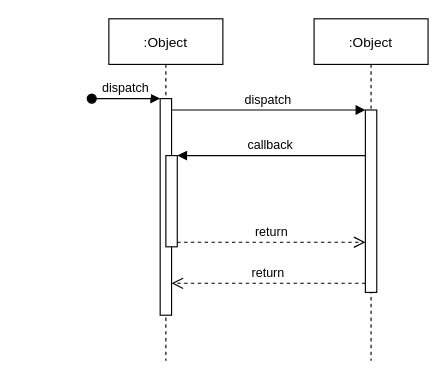
evasanthan/testRestApp keeps this draw.io diagram as payment-account-sync.drawio. Above is the earlier version. Source tidied: cells renumbered, new cells numbered last; positions are measured from the earlier drawing's top-left corner, leaving out a move shared by most shapes. Both pictures are drawn from the tidied source at 114%, with x=0, y=0 at pixel (91, 18).
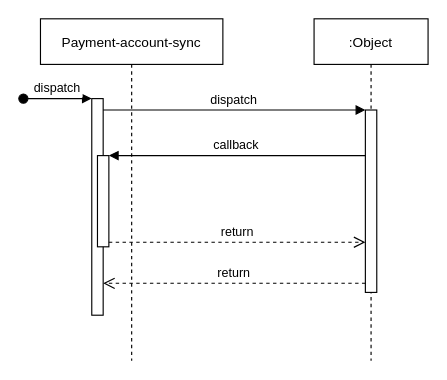
The same page after the edit.

Change to the diagram source:
```diff
@@
 <mxGraphModel>
   <root>
     <mxCell id="0" />
     <mxCell id="1" parent="0" />
-    <mxCell id="2" value=":Object" style="shape=umlLifeline;perimeter=lifelinePerimeter;rounded=0;shadow=0;strokeWidth=1;" parent="1" vertex="1">
-      <mxGeometry x="15" width="100" height="300" as="geometry" />
+    <mxCell id="2" value="Payment-account-sync" style="shape=umlLifeline;perimeter=lifelinePerimeter;rounded=0;shadow=0;strokeWidth=1;" parent="1" vertex="1">
+      <mxGeometry x="-45" width="160" height="300" as="geometry" />
     </mxCell>
     <mxCell id="3" style="points=[];perimeter=orthogonalPerimeter;rounded=0;shadow=0;strokeWidth=1;" parent="2" vertex="1">
       <mxGeometry x="45" y="70" width="10" height="190" as="geometry" />
     </mxCell>
     <mxCell id="4" value="dispatch" style="verticalAlign=bottom;startArrow=oval;endArrow=block;startSize=8;shadow=0;strokeWidth=1;" parent="2" edge="1" target="3">
       <mxGeometry relative="1" as="geometry">
         <mxPoint x="-15" y="70" as="sourcePoint" />
       </mxGeometry>
     </mxCell>
     <mxCell id="5" style="points=[];perimeter=orthogonalPerimeter;rounded=0;shadow=0;strokeWidth=1;" parent="2" vertex="1">
       <mxGeometry x="50" y="120" width="10" height="80" as="geometry" />
     </mxCell>
     <mxCell id="6" value=":Object" style="shape=umlLifeline;perimeter=lifelinePerimeter;rounded=0;shadow=0;strokeWidth=1;" parent="1" vertex="1">
       <mxGeometry x="195" width="100" height="300" as="geometry" />
     </mxCell>
     <mxCell id="7" style="points=[];perimeter=orthogonalPerimeter;rounded=0;shadow=0;strokeWidth=1;" parent="6" vertex="1">
       <mxGeometry x="45" y="80" width="10" height="160" as="geometry" />
     </mxCell>
     <mxCell id="8" value="return" style="verticalAlign=bottom;endArrow=open;dashed=1;endSize=8;exitX=0;exitY=0.95;shadow=0;strokeWidth=1;" parent="1" edge="1" source="7" target="3">
       <mxGeometry relative="1" as="geometry" />
     </mxCell>
     <mxCell id="9" value="dispatch" style="verticalAlign=bottom;endArrow=block;entryX=0;entryY=0;shadow=0;strokeWidth=1;" parent="1" edge="1" source="3" target="7">
       <mxGeometry relative="1" as="geometry" />
     </mxCell>
     <mxCell id="10" value="callback" style="verticalAlign=bottom;endArrow=block;entryX=1;entryY=0;shadow=0;strokeWidth=1;" parent="1" edge="1" source="7" target="5">
       <mxGeometry relative="1" as="geometry" />
     </mxCell>
     <mxCell id="11" value="return" style="verticalAlign=bottom;endArrow=open;dashed=1;endSize=8;exitX=1;exitY=0.95;shadow=0;strokeWidth=1;" parent="1" edge="1" source="5" target="7">
       <mxGeometry relative="1" as="geometry" />
     </mxCell>
   </root>
 </mxGraphModel>
```
